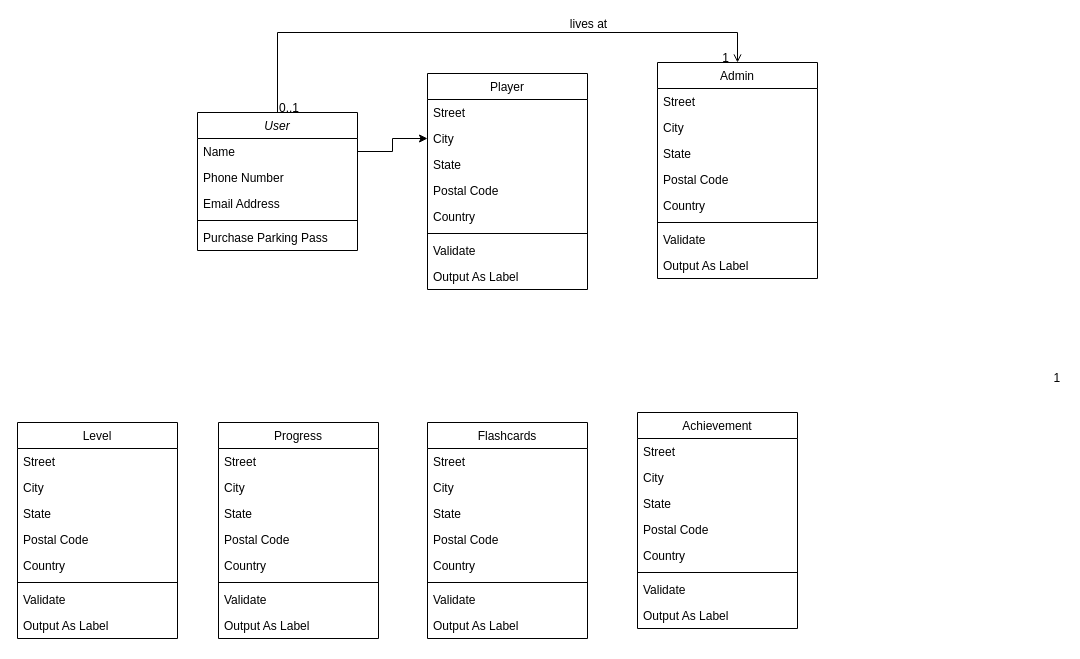
Before: HCIDiagrams.drawio in yzy21cs/Diagrams, a draw.io diagram. Source tidied: cells renumbered, new cells numbered last; positions are measured from the earlier drawing's top-left corner, leaving out a move shared by most shapes. Both pictures are drawn from the tidied source at 100%, with x=0, y=0 at pixel (17, 32).
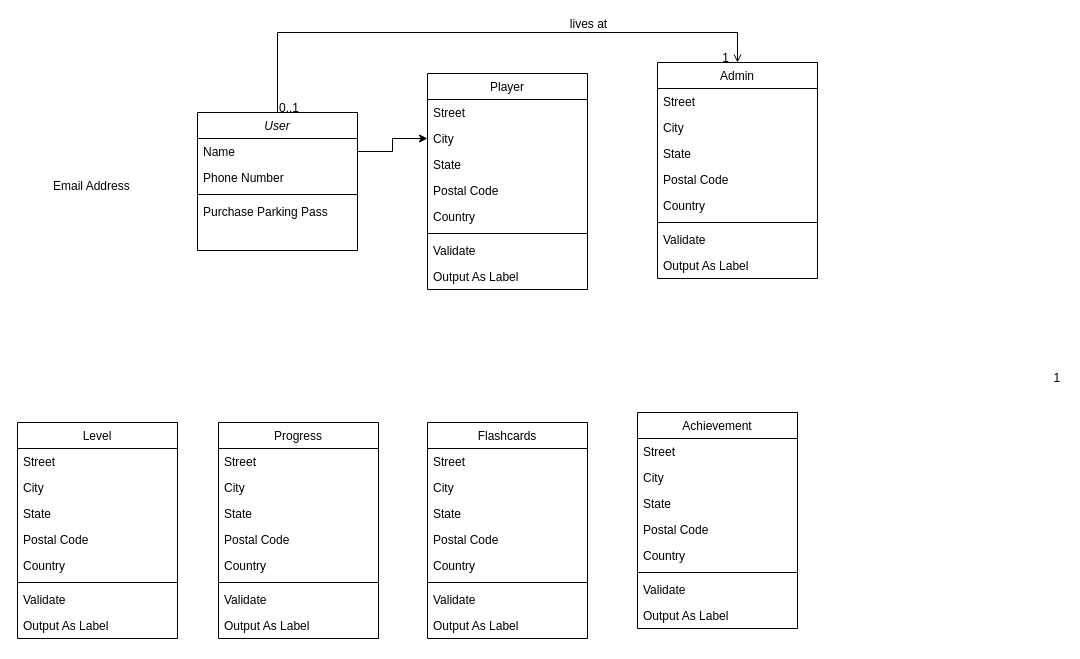
The same page after the edit.

Unchanged cells that the change refers to:
```xml
<mxCell id="2" value="User" style="swimlane;fontStyle=2;align=center;verticalAlign=top;horizontal=1;startSize=26;rounded=0;shadow=0;strokeWidth=1;" parent="1" vertex="1">
  <mxGeometry x="180" y="80" width="160" height="138" as="geometry" />
</mxCell>
```

What changed in the source:
```diff
@@
-    <mxCell id="5" value="Email Address" style="text;align=left;verticalAlign=top;spacingLeft=4;spacingRight=4;overflow=hidden;rounded=0;shadow=0;html=0;" parent="2" vertex="1">
-      <mxGeometry y="78" width="160" height="26" as="geometry" />
-    </mxCell>
     <mxCell id="6" style="line;html=1;strokeWidth=1;align=left;verticalAlign=middle;spacingTop=-1;spacingLeft=3;spacingRight=3;labelPosition=right;" parent="2" vertex="1">
-      <mxGeometry y="104" width="160" height="8" as="geometry" />
+      <mxGeometry y="78" width="160" height="8" as="geometry" />
     </mxCell>
     <mxCell id="7" value="Purchase Parking Pass" style="text;align=left;verticalAlign=top;spacingLeft=4;spacingRight=4;overflow=hidden;" parent="2" vertex="1">
-      <mxGeometry y="112" width="160" height="26" as="geometry" />
+      <mxGeometry y="86" width="160" height="26" as="geometry" />
     </mxCell>
@@
+    <mxCell id="5" value="Email Address" style="text;align=left;verticalAlign=top;spacingLeft=4;spacingRight=4;overflow=hidden;rounded=0;shadow=0;html=0;" parent="1" vertex="1">
+      <mxGeometry x="30" y="140" width="160" height="26" as="geometry" />
+    </mxCell>
```
